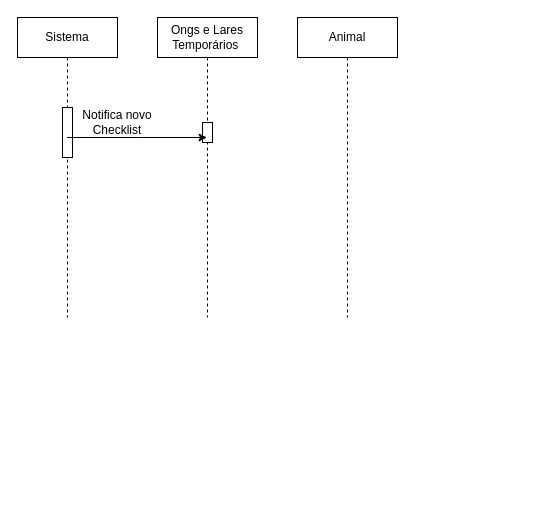
The draw.io diagram DIagramaSequenciaResgatePorOrganizações.drawio in JoaoGans/DRAW.tcc, before the edit. Source tidied: cells renumbered, new cells numbered last; positions are measured from the earlier drawing's top-left corner, leaving out a move shared by most shapes. Both pictures are drawn from the tidied source at 100%, with x=0, y=0 at pixel (17, 17).
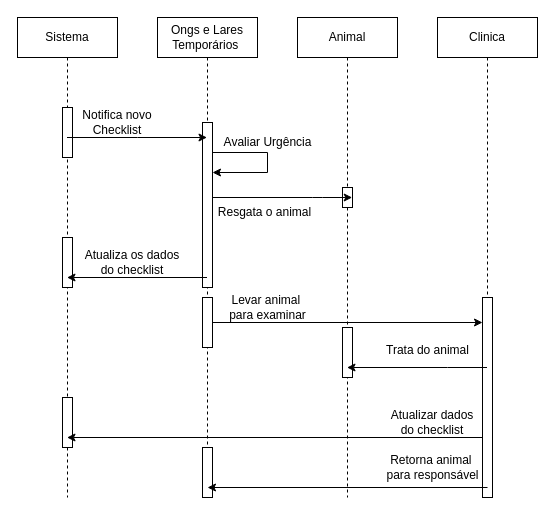
The same diagram, later.

What changed in the source:
```diff
@@
     <mxCell id="2" value="Ongs e Lares Temporários&amp;nbsp;" style="shape=umlLifeline;perimeter=lifelinePerimeter;whiteSpace=wrap;html=1;outlineConnect=0;portConstraint=eastwest;newEdgeStyle={&quot;edgeStyle&quot;:&quot;elbowEdgeStyle&quot;,&quot;elbow&quot;:&quot;vertical&quot;,&quot;curved&quot;:0,&quot;rounded&quot;:0};" parent="1" vertex="1">
-      <mxGeometry x="140" width="100" height="300" as="geometry" />
+      <mxGeometry x="140" width="100" height="480" as="geometry" />
     </mxCell>
     <mxCell id="3" style="html=1;perimeter=orthogonalPerimeter;targetShapes=umlLifeline;newEdgeStyle={&quot;edgeStyle&quot;:&quot;elbowEdgeStyle&quot;,&quot;elbow&quot;:&quot;vertical&quot;,&quot;curved&quot;:0,&quot;rounded&quot;:0};" parent="2" vertex="1">
-      <mxGeometry x="45" y="105" width="10" height="20" as="geometry" />
+      <mxGeometry x="45" y="105" width="10" height="165" as="geometry" />
     </mxCell>
+    <mxCell id="9" style="html=1;perimeter=orthogonalPerimeter;targetShapes=umlLifeline;newEdgeStyle={&quot;edgeStyle&quot;:&quot;elbowEdgeStyle&quot;,&quot;elbow&quot;:&quot;vertical&quot;,&quot;curved&quot;:0,&quot;rounded&quot;:0};" parent="2" vertex="1">
+      <mxGeometry x="45" y="430" width="10" height="50" as="geometry" />
+    </mxCell>
     <mxCell id="4" value="Animal" style="shape=umlLifeline;perimeter=lifelinePerimeter;whiteSpace=wrap;html=1;outlineConnect=0;portConstraint=eastwest;newEdgeStyle={&quot;edgeStyle&quot;:&quot;elbowEdgeStyle&quot;,&quot;elbow&quot;:&quot;vertical&quot;,&quot;curved&quot;:0,&quot;rounded&quot;:0};" parent="1" vertex="1">
-      <mxGeometry x="280" width="100" height="300" as="geometry" />
+      <mxGeometry x="280" width="100" height="480" as="geometry" />
     </mxCell>
+    <mxCell id="10" style="html=1;perimeter=orthogonalPerimeter;targetShapes=umlLifeline;newEdgeStyle={&quot;edgeStyle&quot;:&quot;elbowEdgeStyle&quot;,&quot;elbow&quot;:&quot;vertical&quot;,&quot;curved&quot;:0,&quot;rounded&quot;:0};" parent="4" vertex="1">
+      <mxGeometry x="45" y="170" width="10" height="20" as="geometry" />
+    </mxCell>
+    <mxCell id="11" style="html=1;perimeter=orthogonalPerimeter;targetShapes=umlLifeline;newEdgeStyle={&quot;edgeStyle&quot;:&quot;elbowEdgeStyle&quot;,&quot;elbow&quot;:&quot;vertical&quot;,&quot;curved&quot;:0,&quot;rounded&quot;:0};" parent="4" vertex="1">
+      <mxGeometry x="45" y="310" width="10" height="50" as="geometry" />
+    </mxCell>
     <mxCell id="5" value="Sistema" style="shape=umlLifeline;perimeter=lifelinePerimeter;whiteSpace=wrap;html=1;outlineConnect=0;portConstraint=eastwest;newEdgeStyle={&quot;edgeStyle&quot;:&quot;elbowEdgeStyle&quot;,&quot;elbow&quot;:&quot;vertical&quot;,&quot;curved&quot;:0,&quot;rounded&quot;:0};" parent="1" vertex="1">
-      <mxGeometry width="100" height="300" as="geometry" />
+      <mxGeometry width="100" height="480" as="geometry" />
     </mxCell>
@@
+    <mxCell id="12" style="html=1;perimeter=orthogonalPerimeter;targetShapes=umlLifeline;newEdgeStyle={&quot;edgeStyle&quot;:&quot;elbowEdgeStyle&quot;,&quot;elbow&quot;:&quot;vertical&quot;,&quot;curved&quot;:0,&quot;rounded&quot;:0};" parent="5" vertex="1">
+      <mxGeometry x="45" y="220" width="10" height="50" as="geometry" />
+    </mxCell>
+    <mxCell id="13" style="html=1;perimeter=orthogonalPerimeter;targetShapes=umlLifeline;newEdgeStyle={&quot;edgeStyle&quot;:&quot;elbowEdgeStyle&quot;,&quot;elbow&quot;:&quot;vertical&quot;,&quot;curved&quot;:0,&quot;rounded&quot;:0};" parent="5" vertex="1">
+      <mxGeometry x="45" y="380" width="10" height="50" as="geometry" />
+    </mxCell>
@@
+    <mxCell id="14" style="endArrow=classic;html=1;rounded=0;" parent="1" edge="1">
+      <mxGeometry relative="1" as="geometry">
+        <mxPoint x="195" y="135" as="sourcePoint" />
+        <mxPoint x="195" y="155" as="targetPoint" />
+        <Array as="points">
+          <mxPoint x="250" y="135" />
+          <mxPoint x="250" y="155" />
+        </Array>
+      </mxGeometry>
+    </mxCell>
+    <mxCell id="15" value="Avaliar Urgência" style="text;html=1;align=center;verticalAlign=middle;strokeColor=none;fillColor=none;" parent="1" vertex="1">
+      <mxGeometry x="195" y="110" width="110" height="30" as="geometry" />
+    </mxCell>
+    <mxCell id="16" style="endArrow=classic;html=1;rounded=0;" parent="1" edge="1">
+      <mxGeometry relative="1" as="geometry">
+        <mxPoint x="195" y="180" as="sourcePoint" />
+        <mxPoint x="334.7" y="180" as="targetPoint" />
+        <Array as="points">
+          <mxPoint x="295.2" y="180" />
+          <mxPoint x="305.2" y="180" />
+        </Array>
+      </mxGeometry>
+    </mxCell>
+    <mxCell id="17" value="Resgata o animal" style="text;html=1;align=center;verticalAlign=middle;whiteSpace=wrap;rounded=0;" parent="1" vertex="1">
+      <mxGeometry x="195" y="180" width="105" height="30" as="geometry" />
+    </mxCell>
+    <mxCell id="18" value="Clinica" style="shape=umlLifeline;perimeter=lifelinePerimeter;whiteSpace=wrap;html=1;outlineConnect=0;portConstraint=eastwest;newEdgeStyle={&quot;edgeStyle&quot;:&quot;elbowEdgeStyle&quot;,&quot;elbow&quot;:&quot;vertical&quot;,&quot;curved&quot;:0,&quot;rounded&quot;:0};" parent="1" vertex="1">
+      <mxGeometry x="420" width="100" height="480" as="geometry" />
+    </mxCell>
+    <mxCell id="19" style="endArrow=classic;html=1;rounded=0;" parent="1" edge="1">
+      <mxGeometry relative="1" as="geometry">
+        <mxPoint x="189.5" y="260" as="sourcePoint" />
+        <mxPoint x="49.5" y="260" as="targetPoint" />
+      </mxGeometry>
+    </mxCell>
+    <mxCell id="20" value="Atualiza os dados do checklist" style="text;html=1;align=center;verticalAlign=middle;whiteSpace=wrap;rounded=0;" parent="1" vertex="1">
+      <mxGeometry x="60" y="230" width="110" height="30" as="geometry" />
+    </mxCell>
+    <mxCell id="21" style="endArrow=classic;html=1;rounded=0;" parent="1" edge="1" source="25">
+      <mxGeometry relative="1" as="geometry">
+        <mxPoint x="470" y="320" as="targetPoint" />
+      </mxGeometry>
+    </mxCell>
+    <mxCell id="22" style="endArrow=classic;html=1;rounded=0;" parent="1" edge="1" target="23">
+      <mxGeometry relative="1" as="geometry">
+        <mxPoint x="190" y="320" as="sourcePoint" />
+      </mxGeometry>
+    </mxCell>
+    <mxCell id="23" style="html=1;points=[];perimeter=orthogonalPerimeter;outlineConnect=0;targetShapes=umlLifeline;portConstraint=eastwest;newEdgeStyle={&quot;edgeStyle&quot;:&quot;elbowEdgeStyle&quot;,&quot;elbow&quot;:&quot;vertical&quot;,&quot;curved&quot;:0,&quot;rounded&quot;:0};" parent="1" vertex="1">
+      <mxGeometry x="185" y="280" width="10" height="50" as="geometry" />
+    </mxCell>
+    <mxCell id="24" style="endArrow=classic;html=1;rounded=0;" parent="1" edge="1" source="23" target="25">
+      <mxGeometry relative="1" as="geometry" />
+    </mxCell>
+    <mxCell id="25" style="html=1;points=[];perimeter=orthogonalPerimeter;outlineConnect=0;targetShapes=umlLifeline;portConstraint=eastwest;newEdgeStyle={&quot;edgeStyle&quot;:&quot;elbowEdgeStyle&quot;,&quot;elbow&quot;:&quot;vertical&quot;,&quot;curved&quot;:0,&quot;rounded&quot;:0};" parent="1" vertex="1">
+      <mxGeometry x="465" y="280" width="10" height="200" as="geometry" />
+    </mxCell>
+    <mxCell id="26" value="Levar animal&amp;nbsp;&lt;div&gt;para examinar&lt;/div&gt;" style="text;html=1;align=center;verticalAlign=middle;strokeColor=none;fillColor=none;" parent="1" vertex="1">
+      <mxGeometry x="200" y="270" width="100" height="40" as="geometry" />
+    </mxCell>
+    <mxCell id="27" style="endArrow=classic;html=1;rounded=0;" parent="1" edge="1" source="18" target="4">
+      <mxGeometry relative="1" as="geometry">
+        <Array as="points">
+          <mxPoint x="430" y="350" />
+        </Array>
+      </mxGeometry>
+    </mxCell>
+    <mxCell id="28" value="Trata do animal" style="text;html=1;align=center;verticalAlign=middle;strokeColor=none;fillColor=none;" parent="1" vertex="1">
+      <mxGeometry x="355" y="318" width="110" height="30" as="geometry" />
+    </mxCell>
+    <mxCell id="29" style="endArrow=classic;html=1;rounded=0;" parent="1" edge="1">
+      <mxGeometry relative="1" as="geometry">
+        <mxPoint x="470" y="470" as="sourcePoint" />
+        <mxPoint x="190" y="470" as="targetPoint" />
+      </mxGeometry>
+    </mxCell>
+    <mxCell id="30" value="Retorna animal&amp;nbsp;&lt;div&gt;para responsável&lt;/div&gt;" style="text;html=1;align=center;verticalAlign=middle;strokeColor=none;fillColor=none;" parent="1" vertex="1">
+      <mxGeometry x="355" y="430" width="120" height="40" as="geometry" />
+    </mxCell>
+    <mxCell id="31" style="endArrow=classic;html=1;rounded=0;" parent="1" edge="1" target="5">
+      <mxGeometry relative="1" as="geometry">
+        <mxPoint x="465" y="420" as="sourcePoint" />
+      </mxGeometry>
+    </mxCell>
+    <mxCell id="32" value="Atualizar dados do checklist" style="text;html=1;align=center;verticalAlign=middle;whiteSpace=wrap;rounded=0;" parent="1" vertex="1">
+      <mxGeometry x="370" y="390" width="90" height="30" as="geometry" />
+    </mxCell>
```
